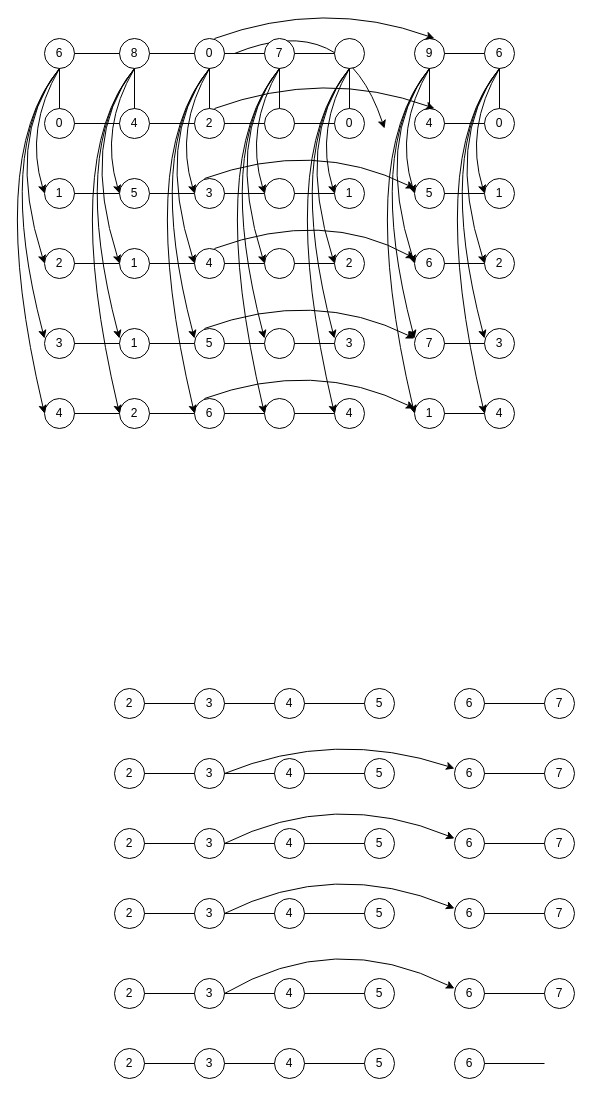
The draw.io diagram Untitled Diagram.drawio in baidi-mannan/basic-tkinter-network, before the edit. Source tidied: cells renumbered, new cells numbered last; positions are measured from the earlier drawing's top-left corner, leaving out a move shared by most shapes. Both pictures are drawn from the tidied source at 100%, with x=0, y=0 at pixel (-16, -2).
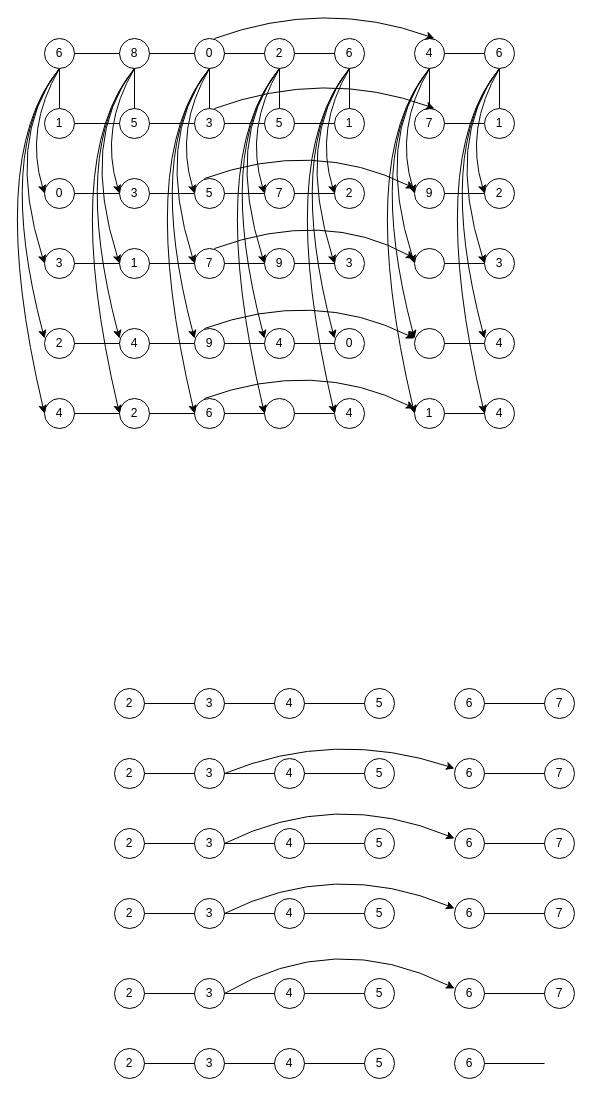
The same page after the edit.

Change to the diagram source:
```diff
@@
-    <mxCell id="4" style="curved=1;endArrow=classic;html=1;rounded=0;exitX=1;exitY=0.5;exitDx=0;exitDy=0;entryX=0;entryY=0.333;entryDx=0;entryDy=0;entryPerimeter=0;" parent="1" edge="1">
-      <mxGeometry relative="1" as="geometry">
-        <mxPoint x="250" y="55" as="sourcePoint" />
-        <mxPoint x="400" y="130" as="targetPoint" />
-        <Array as="points">
-          <mxPoint x="360" y="10" />
-        </Array>
-      </mxGeometry>
-    </mxCell>
-    <mxCell id="5" value="0" style="ellipse;whiteSpace=wrap;html=1;" parent="1" vertex="1">
+    <mxCell id="5" value="1" style="ellipse;whiteSpace=wrap;html=1;" parent="1" vertex="1">
       <mxGeometry x="60" y="110" width="30" height="30" as="geometry" />
     </mxCell>
@@
-    <mxCell id="7" value="1" style="ellipse;whiteSpace=wrap;html=1;" parent="1" vertex="1">
+    <mxCell id="7" value="0" style="ellipse;whiteSpace=wrap;html=1;" parent="1" vertex="1">
       <mxGeometry x="60" y="180" width="30" height="30" as="geometry" />
     </mxCell>
@@
-    <mxCell id="9" value="2" style="ellipse;whiteSpace=wrap;html=1;" parent="1" vertex="1">
+    <mxCell id="9" value="3" style="ellipse;whiteSpace=wrap;html=1;" parent="1" vertex="1">
       <mxGeometry x="60" y="250" width="30" height="30" as="geometry" />
     </mxCell>
@@
-    <mxCell id="11" value="3" style="ellipse;whiteSpace=wrap;html=1;" parent="1" vertex="1">
+    <mxCell id="11" value="2" style="ellipse;whiteSpace=wrap;html=1;" parent="1" vertex="1">
       <mxGeometry x="60" y="330" width="30" height="30" as="geometry" />
     </mxCell>
@@
-    <mxCell id="85" value="4" style="ellipse;whiteSpace=wrap;html=1;" parent="1" vertex="1">
+    <mxCell id="85" value="5" style="ellipse;whiteSpace=wrap;html=1;" parent="1" vertex="1">
       <mxGeometry x="135" y="110" width="30" height="30" as="geometry" />
     </mxCell>
@@
-    <mxCell id="87" value="5" style="ellipse;whiteSpace=wrap;html=1;" parent="1" vertex="1">
+    <mxCell id="87" value="3" style="ellipse;whiteSpace=wrap;html=1;" parent="1" vertex="1">
       <mxGeometry x="135" y="180" width="30" height="30" as="geometry" />
     </mxCell>
@@
-    <mxCell id="91" value="1" style="ellipse;whiteSpace=wrap;html=1;" parent="1" vertex="1">
+    <mxCell id="91" value="4" style="ellipse;whiteSpace=wrap;html=1;" parent="1" vertex="1">
       <mxGeometry x="135" y="330" width="30" height="30" as="geometry" />
     </mxCell>
@@
-    <mxCell id="102" value="2" style="ellipse;whiteSpace=wrap;html=1;" parent="1" vertex="1">
+    <mxCell id="102" value="3" style="ellipse;whiteSpace=wrap;html=1;" parent="1" vertex="1">
       <mxGeometry x="210" y="110" width="30" height="30" as="geometry" />
     </mxCell>
@@
-    <mxCell id="104" value="3" style="ellipse;whiteSpace=wrap;html=1;" parent="1" vertex="1">
+    <mxCell id="104" value="5" style="ellipse;whiteSpace=wrap;html=1;" parent="1" vertex="1">
       <mxGeometry x="210" y="180" width="30" height="30" as="geometry" />
     </mxCell>
@@
-    <mxCell id="106" value="4" style="ellipse;whiteSpace=wrap;html=1;" parent="1" vertex="1">
+    <mxCell id="106" value="7" style="ellipse;whiteSpace=wrap;html=1;" parent="1" vertex="1">
       <mxGeometry x="210" y="250" width="30" height="30" as="geometry" />
     </mxCell>
@@
-    <mxCell id="108" value="5" style="ellipse;whiteSpace=wrap;html=1;" parent="1" vertex="1">
+    <mxCell id="108" value="9" style="ellipse;whiteSpace=wrap;html=1;" parent="1" vertex="1">
       <mxGeometry x="210" y="330" width="30" height="30" as="geometry" />
     </mxCell>
@@
-    <mxCell id="117" value="7" style="ellipse;whiteSpace=wrap;html=1;" parent="1" vertex="1">
+    <mxCell id="117" value="2" style="ellipse;whiteSpace=wrap;html=1;" parent="1" vertex="1">
       <mxGeometry x="280" y="40" width="30" height="30" as="geometry" />
     </mxCell>
@@
-    <mxCell id="119" style="ellipse;whiteSpace=wrap;html=1;" parent="1" vertex="1">
+    <mxCell id="119" value="5" style="ellipse;whiteSpace=wrap;html=1;" parent="1" vertex="1">
       <mxGeometry x="280" y="110" width="30" height="30" as="geometry" />
     </mxCell>
@@
-    <mxCell id="121" style="ellipse;whiteSpace=wrap;html=1;" parent="1" vertex="1">
+    <mxCell id="121" value="7" style="ellipse;whiteSpace=wrap;html=1;" parent="1" vertex="1">
       <mxGeometry x="280" y="180" width="30" height="30" as="geometry" />
     </mxCell>
@@
-    <mxCell id="123" style="ellipse;whiteSpace=wrap;html=1;" parent="1" vertex="1">
+    <mxCell id="123" value="9" style="ellipse;whiteSpace=wrap;html=1;" parent="1" vertex="1">
       <mxGeometry x="280" y="250" width="30" height="30" as="geometry" />
     </mxCell>
@@
-    <mxCell id="125" style="ellipse;whiteSpace=wrap;html=1;" parent="1" vertex="1">
+    <mxCell id="125" value="4" style="ellipse;whiteSpace=wrap;html=1;" parent="1" vertex="1">
       <mxGeometry x="280" y="330" width="30" height="30" as="geometry" />
     </mxCell>
@@
-    <mxCell id="134" value="&lt;br&gt;&lt;br&gt;&lt;br&gt;" style="ellipse;whiteSpace=wrap;html=1;" parent="1" vertex="1">
+    <mxCell id="134" value="6" style="ellipse;whiteSpace=wrap;html=1;" parent="1" vertex="1">
       <mxGeometry x="350" y="40" width="30" height="30" as="geometry" />
     </mxCell>
-    <mxCell id="135" value="0" style="ellipse;whiteSpace=wrap;html=1;" parent="1" vertex="1">
+    <mxCell id="135" value="1" style="ellipse;whiteSpace=wrap;html=1;" parent="1" vertex="1">
       <mxGeometry x="350" y="110" width="30" height="30" as="geometry" />
     </mxCell>
-    <mxCell id="136" value="1" style="ellipse;whiteSpace=wrap;html=1;" parent="1" vertex="1">
+    <mxCell id="136" value="2" style="ellipse;whiteSpace=wrap;html=1;" parent="1" vertex="1">
       <mxGeometry x="350" y="180" width="30" height="30" as="geometry" />
     </mxCell>
-    <mxCell id="137" value="2" style="ellipse;whiteSpace=wrap;html=1;" parent="1" vertex="1">
+    <mxCell id="137" value="3" style="ellipse;whiteSpace=wrap;html=1;" parent="1" vertex="1">
       <mxGeometry x="350" y="250" width="30" height="30" as="geometry" />
     </mxCell>
-    <mxCell id="138" value="3" style="ellipse;whiteSpace=wrap;html=1;" parent="1" vertex="1">
+    <mxCell id="138" value="0" style="ellipse;whiteSpace=wrap;html=1;" parent="1" vertex="1">
       <mxGeometry x="350" y="330" width="30" height="30" as="geometry" />
     </mxCell>
@@
-    <mxCell id="145" value="9" style="ellipse;whiteSpace=wrap;html=1;" parent="1" vertex="1">
+    <mxCell id="145" value="4" style="ellipse;whiteSpace=wrap;html=1;" parent="1" vertex="1">
       <mxGeometry x="430" y="40" width="30" height="30" as="geometry" />
     </mxCell>
@@
-    <mxCell id="147" value="4" style="ellipse;whiteSpace=wrap;html=1;" parent="1" vertex="1">
+    <mxCell id="147" value="7" style="ellipse;whiteSpace=wrap;html=1;" parent="1" vertex="1">
       <mxGeometry x="430" y="110" width="30" height="30" as="geometry" />
     </mxCell>
@@
-    <mxCell id="149" value="5" style="ellipse;whiteSpace=wrap;html=1;" parent="1" vertex="1">
+    <mxCell id="149" value="9" style="ellipse;whiteSpace=wrap;html=1;" parent="1" vertex="1">
       <mxGeometry x="430" y="180" width="30" height="30" as="geometry" />
     </mxCell>
@@
-    <mxCell id="151" value="6" style="ellipse;whiteSpace=wrap;html=1;" parent="1" vertex="1">
+    <mxCell id="151" style="ellipse;whiteSpace=wrap;html=1;" parent="1" vertex="1">
       <mxGeometry x="430" y="250" width="30" height="30" as="geometry" />
     </mxCell>
@@
-    <mxCell id="153" value="7" style="ellipse;whiteSpace=wrap;html=1;" parent="1" vertex="1">
+    <mxCell id="153" style="ellipse;whiteSpace=wrap;html=1;" parent="1" vertex="1">
       <mxGeometry x="430" y="330" width="30" height="30" as="geometry" />
     </mxCell>
@@
-    <mxCell id="163" value="0" style="ellipse;whiteSpace=wrap;html=1;" parent="1" vertex="1">
+    <mxCell id="163" value="1" style="ellipse;whiteSpace=wrap;html=1;" parent="1" vertex="1">
       <mxGeometry x="500" y="110" width="30" height="30" as="geometry" />
     </mxCell>
-    <mxCell id="164" value="1" style="ellipse;whiteSpace=wrap;html=1;" parent="1" vertex="1">
+    <mxCell id="164" value="2" style="ellipse;whiteSpace=wrap;html=1;" parent="1" vertex="1">
       <mxGeometry x="500" y="180" width="30" height="30" as="geometry" />
     </mxCell>
-    <mxCell id="165" value="2" style="ellipse;whiteSpace=wrap;html=1;" parent="1" vertex="1">
+    <mxCell id="165" value="3" style="ellipse;whiteSpace=wrap;html=1;" parent="1" vertex="1">
       <mxGeometry x="500" y="250" width="30" height="30" as="geometry" />
     </mxCell>
-    <mxCell id="166" value="3" style="ellipse;whiteSpace=wrap;html=1;" parent="1" vertex="1">
+    <mxCell id="166" value="4" style="ellipse;whiteSpace=wrap;html=1;" parent="1" vertex="1">
       <mxGeometry x="500" y="330" width="30" height="30" as="geometry" />
     </mxCell>
```
